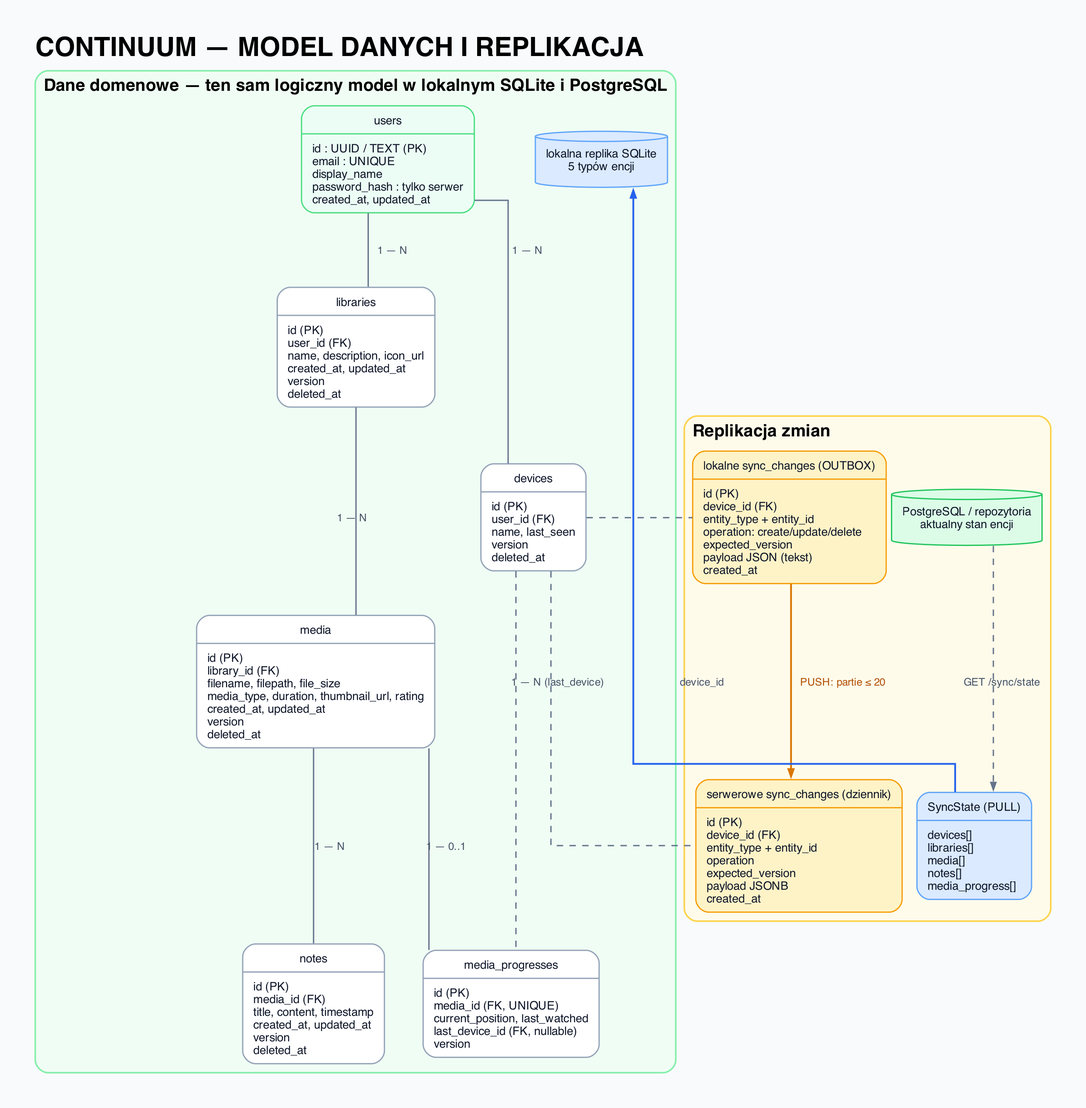
Before: docs/architecture/continuum-data-model.png, a diagram exported from Graphviz (danielsterzel/Continuum). Its source is kept beside it as docs/architecture/continuum-data-model.dot. Its diagram source:
```dot
digraph ContinuumDataModel {
  graph [
    label="CONTINUUM — MODEL DANYCH I REPLIKACJA",
    labelloc=t,
    labeljust=l,
    fontname="Helvetica Bold",
    fontsize=25,
    bgcolor="#F8FAFC",
    pad=0.35,
    nodesep=0.5,
    ranksep=0.8,
    splines=ortho,
    compound=true
  ];

  node [
    shape=record,
    style="rounded,filled",
    fontname="Helvetica",
    fontsize=11,
    color="#94A3B8",
    fillcolor="#FFFFFF",
    fontcolor="#0F172A",
    margin="0.14,0.1",
    penwidth=1.2
  ];

  edge [
    fontname="Helvetica",
    fontsize=10,
    color="#64748B",
    fontcolor="#475569",
    arrowsize=0.7,
    penwidth=1.25,
    dir=both,
    arrowtail=none,
    arrowhead=none
  ];

  subgraph cluster_domain {
    label="Dane domenowe — ten sam logiczny model w lokalnym SQLite i PostgreSQL";
    labeljust=l;
    fontsize=16;
    fontname="Helvetica Bold";
    color="#86EFAC";
    fillcolor="#F0FDF4";
    style="rounded,filled";
    penwidth=1.5;

    users [label="{users|id : UUID / TEXT (PK)\lemail : UNIQUE\ldisplay_name\lpassword_hash : tylko serwer\lcreated_at, updated_at\l}", fillcolor="#ECFDF5", color="#4ADE80"];
    devices [label="{devices|id (PK)\luser_id (FK)\lname, last_seen\lversion\ldeleted_at\l}"];
    libraries [label="{libraries|id (PK)\luser_id (FK)\lname, description, icon_url\lcreated_at, updated_at\lversion\ldeleted_at\l}"];
    media [label="{media|id (PK)\llibrary_id (FK)\lfilename, filepath, file_size\lmedia_type, duration, thumbnail_url, rating\lcreated_at, updated_at\lversion\ldeleted_at\l}"];
    progress [label="{media_progresses|id (PK)\lmedia_id (FK, UNIQUE)\lcurrent_position, last_watched\llast_device_id (FK, nullable)\lversion\l}"];
    notes [label="{notes|id (PK)\lmedia_id (FK)\ltitle, content, timestamp\lcreated_at, updated_at\lversion\ldeleted_at\l}"];
    local_replica [label="lokalna replika SQLite\n5 typów encji", shape=cylinder, fillcolor="#DBEAFE", color="#60A5FA"];

    users -> devices [label="1 — N"];
    users -> libraries [label="1 — N"];
    libraries -> media [label="1 — N"];
    media -> progress [label="1 — 0..1"];
    media -> notes [label="1 — N"];
    devices -> progress [label="1 — N (last_device)", style=dashed];
  }

  subgraph cluster_replication {
    label="Replikacja zmian";
    labeljust=l;
    fontsize=16;
    fontname="Helvetica Bold";
    color="#FCD34D";
    fillcolor="#FFFBEB";
    style="rounded,filled";
    penwidth=1.5;

    local_outbox [label="{lokalne sync_changes (OUTBOX)|id (PK)\ldevice_id (FK)\lentity_type + entity_id\loperation: create/update/delete\lexpected_version\lpayload JSON (tekst)\lcreated_at\l}", fillcolor="#FEF3C7", color="#F59E0B"];
    server_log [label="{serwerowe sync_changes (dziennik)|id (PK)\ldevice_id (FK)\lentity_type + entity_id\loperation\lexpected_version\lpayload JSONB\lcreated_at\l}", fillcolor="#FEF3C7", color="#F59E0B"];
    postgres_state [label="PostgreSQL / repozytoria\naktualny stan encji", shape=cylinder, fillcolor="#DCFCE7", color="#22C55E"];
    snapshot [label="{SyncState (PULL)|devices[]\llibraries[]\lmedia[]\lnotes[]\lmedia_progress[]\l}", fillcolor="#DBEAFE", color="#60A5FA"];
    local_outbox -> server_log [label="PUSH: partie ≤ 20", dir=forward, arrowhead=normal, color="#D97706", fontcolor="#B45309", penwidth=1.7];
    postgres_state -> snapshot [label="GET /sync/state", dir=forward, arrowhead=normal, style=dashed];
  }

  devices -> local_outbox [label="device_id", style=dashed];
  devices -> server_log [label="device_id", style=dashed];
  snapshot -> local_replica [
    dir=forward,
    arrowhead=normal,
    color="#2563EB",
    fontcolor="#2563EB",
    penwidth=1.7
  ];

}
```
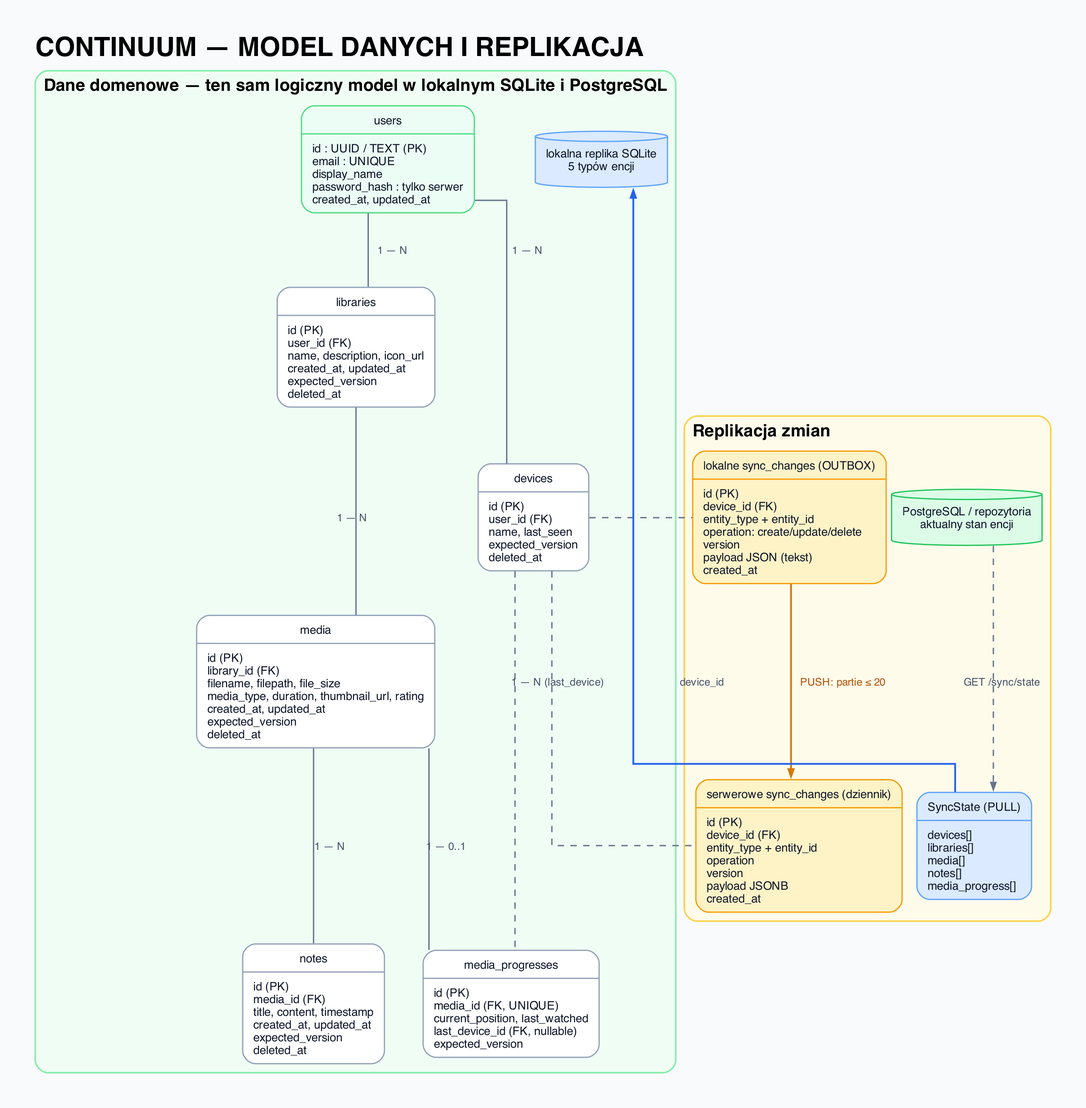
Later version of the same file.

Diff of the diagram source:
```diff
@@ -48,11 +48,11 @@
     penwidth=1.5;
 
     users [label="{users|id : UUID / TEXT (PK)\lemail : UNIQUE\ldisplay_name\lpassword_hash : tylko serwer\lcreated_at, updated_at\l}", fillcolor="#ECFDF5", color="#4ADE80"];
-    devices [label="{devices|id (PK)\luser_id (FK)\lname, last_seen\lversion\ldeleted_at\l}"];
-    libraries [label="{libraries|id (PK)\luser_id (FK)\lname, description, icon_url\lcreated_at, updated_at\lversion\ldeleted_at\l}"];
-    media [label="{media|id (PK)\llibrary_id (FK)\lfilename, filepath, file_size\lmedia_type, duration, thumbnail_url, rating\lcreated_at, updated_at\lversion\ldeleted_at\l}"];
-    progress [label="{media_progresses|id (PK)\lmedia_id (FK, UNIQUE)\lcurrent_position, last_watched\llast_device_id (FK, nullable)\lversion\l}"];
-    notes [label="{notes|id (PK)\lmedia_id (FK)\ltitle, content, timestamp\lcreated_at, updated_at\lversion\ldeleted_at\l}"];
+    devices [label="{devices|id (PK)\luser_id (FK)\lname, last_seen\lexpected_version\ldeleted_at\l}"];
+    libraries [label="{libraries|id (PK)\luser_id (FK)\lname, description, icon_url\lcreated_at, updated_at\lexpected_version\ldeleted_at\l}"];
+    media [label="{media|id (PK)\llibrary_id (FK)\lfilename, filepath, file_size\lmedia_type, duration, thumbnail_url, rating\lcreated_at, updated_at\lexpected_version\ldeleted_at\l}"];
+    progress [label="{media_progresses|id (PK)\lmedia_id (FK, UNIQUE)\lcurrent_position, last_watched\llast_device_id (FK, nullable)\lexpected_version\l}"];
+    notes [label="{notes|id (PK)\lmedia_id (FK)\ltitle, content, timestamp\lcreated_at, updated_at\lexpected_version\ldeleted_at\l}"];
     local_replica [label="lokalna replika SQLite\n5 typów encji", shape=cylinder, fillcolor="#DBEAFE", color="#60A5FA"];
 
     users -> devices [label="1 — N"];
@@ -73,8 +73,8 @@
     style="rounded,filled";
     penwidth=1.5;
 
-    local_outbox [label="{lokalne sync_changes (OUTBOX)|id (PK)\ldevice_id (FK)\lentity_type + entity_id\loperation: create/update/delete\lexpected_version\lpayload JSON (tekst)\lcreated_at\l}", fillcolor="#FEF3C7", color="#F59E0B"];
-    server_log [label="{serwerowe sync_changes (dziennik)|id (PK)\ldevice_id (FK)\lentity_type + entity_id\loperation\lexpected_version\lpayload JSONB\lcreated_at\l}", fillcolor="#FEF3C7", color="#F59E0B"];
+    local_outbox [label="{lokalne sync_changes (OUTBOX)|id (PK)\ldevice_id (FK)\lentity_type + entity_id\loperation: create/update/delete\lversion\lpayload JSON (tekst)\lcreated_at\l}", fillcolor="#FEF3C7", color="#F59E0B"];
+    server_log [label="{serwerowe sync_changes (dziennik)|id (PK)\ldevice_id (FK)\lentity_type + entity_id\loperation\lversion\lpayload JSONB\lcreated_at\l}", fillcolor="#FEF3C7", color="#F59E0B"];
     postgres_state [label="PostgreSQL / repozytoria\naktualny stan encji", shape=cylinder, fillcolor="#DCFCE7", color="#22C55E"];
     snapshot [label="{SyncState (PULL)|devices[]\llibraries[]\lmedia[]\lnotes[]\lmedia_progress[]\l}", fillcolor="#DBEAFE", color="#60A5FA"];
     local_outbox -> server_log [label="PUSH: partie ≤ 20", dir=forward, arrowhead=normal, color="#D97706", fontcolor="#B45309", penwidth=1.7];
```
